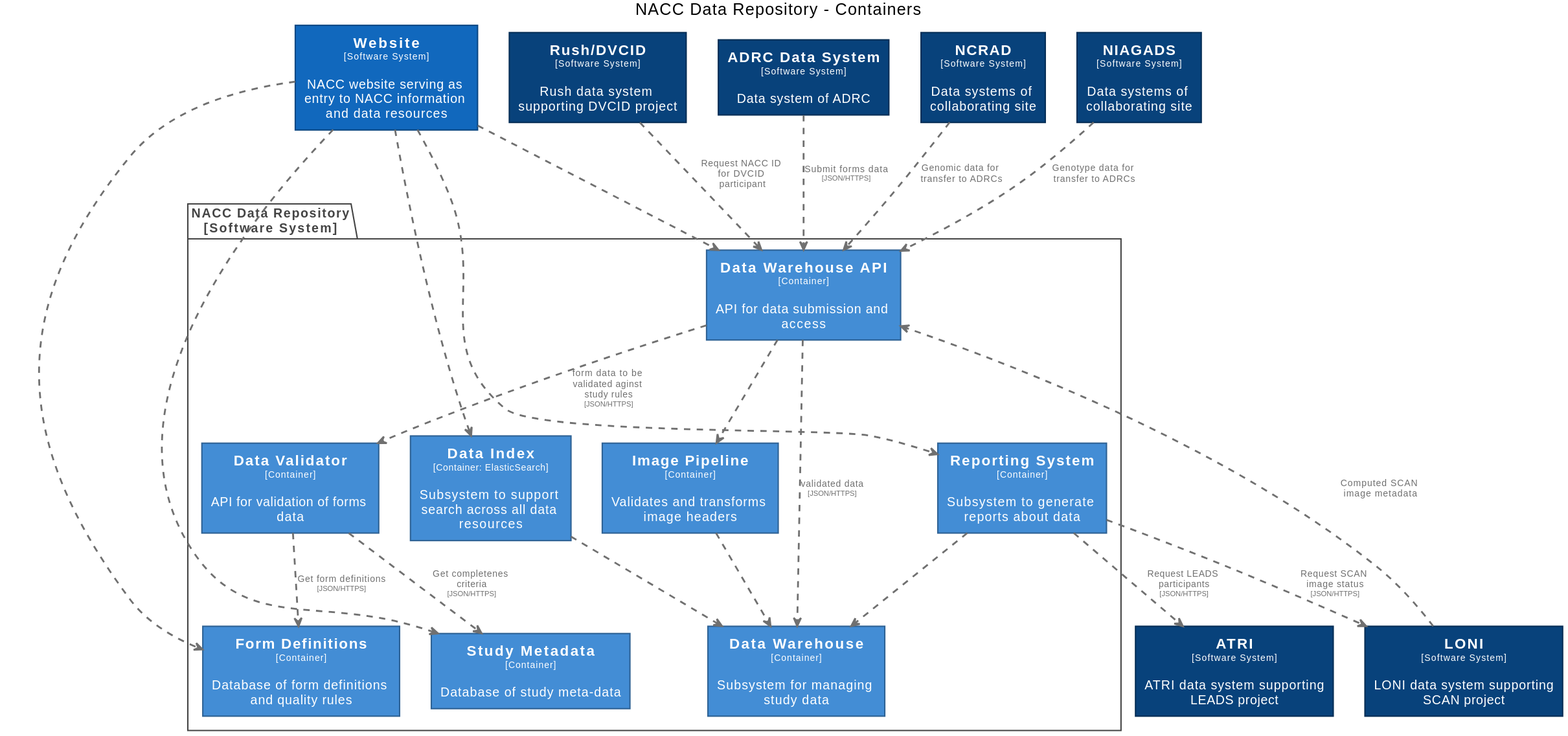
The PlantUML diagram docs/images/structurizr-RepositoryContainers.svg in naccdata/system-design, before a commit.
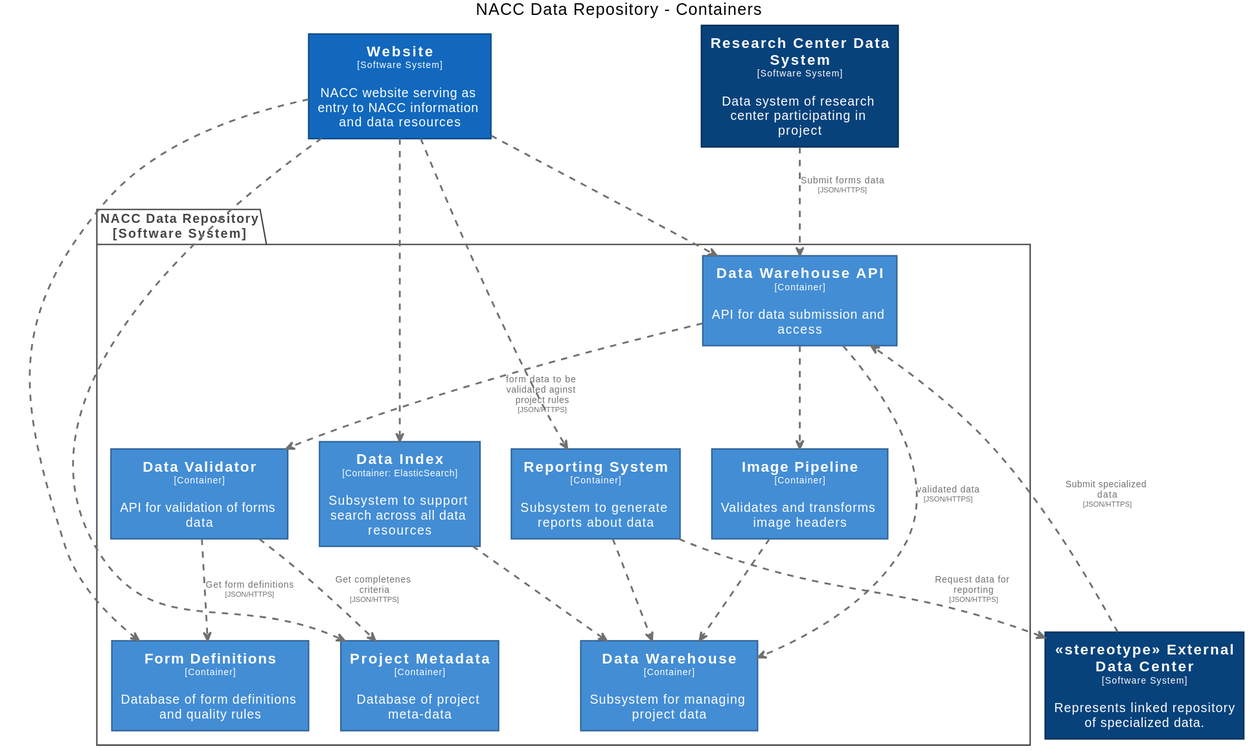
Above is the later version.

Change to the diagram source:
```diff
@@ -13,12 +13,7 @@
 
 hide stereotype
 
-skinparam rectangle<<ADRCDataSystem>> {
-  BackgroundColor #08427b
-  FontColor #ffffff
-  BorderColor #052e56
-}
-skinparam rectangle<<ATRI>> {
+skinparam rectangle<<stereotypeExternalDataCenter>> {
   BackgroundColor #08427b
   FontColor #ffffff
   BorderColor #052e56
@@ -53,35 +48,20 @@
   FontColor #ffffff
   BorderColor #2e6295
 }
-skinparam rectangle<<LONI>> {
-  BackgroundColor #08427b
+skinparam rectangle<<NACCDataRepository.ProjectMetadata>> {
+  BackgroundColor #438dd5
   FontColor #ffffff
-  BorderColor #052e56
-}
-skinparam rectangle<<NCRAD>> {
-  BackgroundColor #08427b
-  FontColor #ffffff
-  BorderColor #052e56
-}
-skinparam rectangle<<NIAGADS>> {
-  BackgroundColor #08427b
-  FontColor #ffffff
-  BorderColor #052e56
+  BorderColor #2e6295
 }
 skinparam rectangle<<NACCDataRepository.ReportingSystem>> {
   BackgroundColor #438dd5
   FontColor #ffffff
   BorderColor #2e6295
 }
-skinparam rectangle<<RushDVCID>> {
+skinparam rectangle<<ResearchCenterDataSystem>> {
   BackgroundColor #08427b
   FontColor #ffffff
   BorderColor #052e56
-}
-skinparam rectangle<<NACCDataRepository.StudyMetadata>> {
-  BackgroundColor #438dd5
-  FontColor #ffffff
-  BorderColor #2e6295
 }
 skinparam rectangle<<Website>> {
   BackgroundColor #1168bd
@@ -89,12 +69,8 @@
   BorderColor #0b4884
 }
 
-rectangle "==ATRI\n<size:10>[Software System]</size>\n\nATRI data system supporting LEADS project" <<ATRI>> as ATRI
-rectangle "==NIAGADS\n<size:10>[Software System]</size>\n\nData systems of collaborating site" <<NIAGADS>> as NIAGADS
-rectangle "==Rush/DVCID\n<size:10>[Software System]</size>\n\nRush data system supporting DVCID project" <<RushDVCID>> as RushDVCID
-rectangle "==ADRC Data System\n<size:10>[Software System]</size>\n\nData system of ADRC" <<ADRCDataSystem>> as ADRCDataSystem
-rectangle "==LONI\n<size:10>[Software System]</size>\n\nLONI data system supporting SCAN project" <<LONI>> as LONI
-rectangle "==NCRAD\n<size:10>[Software System]</size>\n\nData systems of collaborating site" <<NCRAD>> as NCRAD
+rectangle "==<<stereotype>> External Data Center\n<size:10>[Software System]</size>\n\nRepresents linked repository of specialized data." <<stereotypeExternalDataCenter>> as stereotypeExternalDataCenter
+rectangle "==Research Center Data System\n<size:10>[Software System]</size>\n\nData system of research center participating in project" <<ResearchCenterDataSystem>> as ResearchCenterDataSystem
 rectangle "==Website\n<size:10>[Software System]</size>\n\nNACC website serving as entry to NACC information and data resources" <<Website>> as Website
 
 package "NACC Data Repository\n[Software System]" <<NACCDataRepository>> {
@@ -103,24 +79,20 @@
 
   rectangle "==Image Pipeline\n<size:10>[Container]</size>\n\nValidates and transforms image headers" <<NACCDataRepository.ImagePipeline>> as NACCDataRepository.ImagePipeline
   rectangle "==Data Warehouse API\n<size:10>[Container]</size>\n\nAPI for data submission and access" <<NACCDataRepository.DataWarehouseAPI>> as NACCDataRepository.DataWarehouseAPI
-  rectangle "==Data Warehouse\n<size:10>[Container]</size>\n\nSubsystem for managing study data" <<NACCDataRepository.DataWarehouse>> as NACCDataRepository.DataWarehouse
+  rectangle "==Data Warehouse\n<size:10>[Container]</size>\n\nSubsystem for managing project data" <<NACCDataRepository.DataWarehouse>> as NACCDataRepository.DataWarehouse
   rectangle "==Data Index\n<size:10>[Container: ElasticSearch]</size>\n\nSubsystem to support search across all data resources" <<NACCDataRepository.DataIndex>> as NACCDataRepository.DataIndex
   rectangle "==Reporting System\n<size:10>[Container]</size>\n\nSubsystem to generate reports about data" <<NACCDataRepository.ReportingSystem>> as NACCDataRepository.ReportingSystem
   rectangle "==Form Definitions\n<size:10>[Container]</size>\n\nDatabase of form definitions and quality rules" <<NACCDataRepository.FormDefinitions>> as NACCDataRepository.FormDefinitions
-  rectangle "==Study Metadata\n<size:10>[Container]</size>\n\nDatabase of study meta-data" <<NACCDataRepository.StudyMetadata>> as NACCDataRepository.StudyMetadata
+  rectangle "==Project Metadata\n<size:10>[Container]</size>\n\nDatabase of project meta-data" <<NACCDataRepository.ProjectMetadata>> as NACCDataRepository.ProjectMetadata
   rectangle "==Data Validator\n<size:10>[Container]</size>\n\nAPI for validation of forms data" <<NACCDataRepository.DataValidator>> as NACCDataRepository.DataValidator
 }
 
-NACCDataRepository.DataValidator .[#707070,thickness=2].> NACCDataRepository.StudyMetadata : "<color:#707070>Get completenes criteria\n<color:#707070><size:8>[JSON/HTTPS]</size>"
-ADRCDataSystem .[#707070,thickness=2].> NACCDataRepository.DataWarehouseAPI : "<color:#707070>Submit forms data\n<color:#707070><size:8>[JSON/HTTPS]</size>"
-NCRAD .[#707070,thickness=2].> NACCDataRepository.DataWarehouseAPI : "<color:#707070>Genomic data for transfer to ADRCs"
-NIAGADS .[#707070,thickness=2].> NACCDataRepository.DataWarehouseAPI : "<color:#707070>Genotype data for transfer to ADRCs"
-LONI .[#707070,thickness=2].> NACCDataRepository.DataWarehouseAPI : "<color:#707070>Computed SCAN image metadata"
-NACCDataRepository.ReportingSystem .[#707070,thickness=2].> LONI : "<color:#707070>Request SCAN image status\n<color:#707070><size:8>[JSON/HTTPS]</size>"
-NACCDataRepository.ReportingSystem .[#707070,thickness=2].> ATRI : "<color:#707070>Request LEADS participants\n<color:#707070><size:8>[JSON/HTTPS]</size>"
-RushDVCID .[#707070,thickness=2].> NACCDataRepository.DataWarehouseAPI : "<color:#707070>Request NACC ID for DVCID participant"
+NACCDataRepository.DataValidator .[#707070,thickness=2].> NACCDataRepository.ProjectMetadata : "<color:#707070>Get completenes criteria\n<color:#707070><size:8>[JSON/HTTPS]</size>"
+stereotypeExternalDataCenter .[#707070,thickness=2].> NACCDataRepository.DataWarehouseAPI : "<color:#707070>Submit specialized data\n<color:#707070><size:8>[JSON/HTTPS]</size>"
+NACCDataRepository.ReportingSystem .[#707070,thickness=2].> stereotypeExternalDataCenter : "<color:#707070>Request data for reporting\n<color:#707070><size:8>[JSON/HTTPS]</size>"
+ResearchCenterDataSystem .[#707070,thickness=2].> NACCDataRepository.DataWarehouseAPI : "<color:#707070>Submit forms data\n<color:#707070><size:8>[JSON/HTTPS]</size>"
 NACCDataRepository.ImagePipeline .[#707070,thickness=2].> NACCDataRepository.DataWarehouse : "<color:#707070>"
-NACCDataRepository.DataWarehouseAPI .[#707070,thickness=2].> NACCDataRepository.DataValidator : "<color:#707070>form data to be validated aginst study rules\n<color:#707070><size:8>[JSON/HTTPS]</size>"
+NACCDataRepository.DataWarehouseAPI .[#707070,thickness=2].> NACCDataRepository.DataValidator : "<color:#707070>form data to be validated aginst project rules\n<color:#707070><size:8>[JSON/HTTPS]</size>"
 NACCDataRepository.DataWarehouseAPI .[#707070,thickness=2].> NACCDataRepository.DataWarehouse : "<color:#707070>validated data\n<color:#707070><size:8>[JSON/HTTPS]</size>"
 NACCDataRepository.DataWarehouseAPI .[#707070,thickness=2].> NACCDataRepository.ImagePipeline : "<color:#707070>"
 NACCDataRepository.DataIndex .[#707070,thickness=2].> NACCDataRepository.DataWarehouse : "<color:#707070>"
@@ -128,7 +100,7 @@
 Website .[#707070,thickness=2].> NACCDataRepository.DataWarehouseAPI : "<color:#707070>"
 Website .[#707070,thickness=2].> NACCDataRepository.DataIndex : "<color:#707070>"
 Website .[#707070,thickness=2].> NACCDataRepository.ReportingSystem : "<color:#707070>"
-Website .[#707070,thickness=2].> NACCDataRepository.StudyMetadata : "<color:#707070>"
+Website .[#707070,thickness=2].> NACCDataRepository.ProjectMetadata : "<color:#707070>"
 Website .[#707070,thickness=2].> NACCDataRepository.FormDefinitions : "<color:#707070>"
 NACCDataRepository.DataValidator .[#707070,thickness=2].> NACCDataRepository.FormDefinitions : "<color:#707070>Get form definitions\n<color:#707070><size:8>[JSON/HTTPS]</size>"
 @enduml
```
